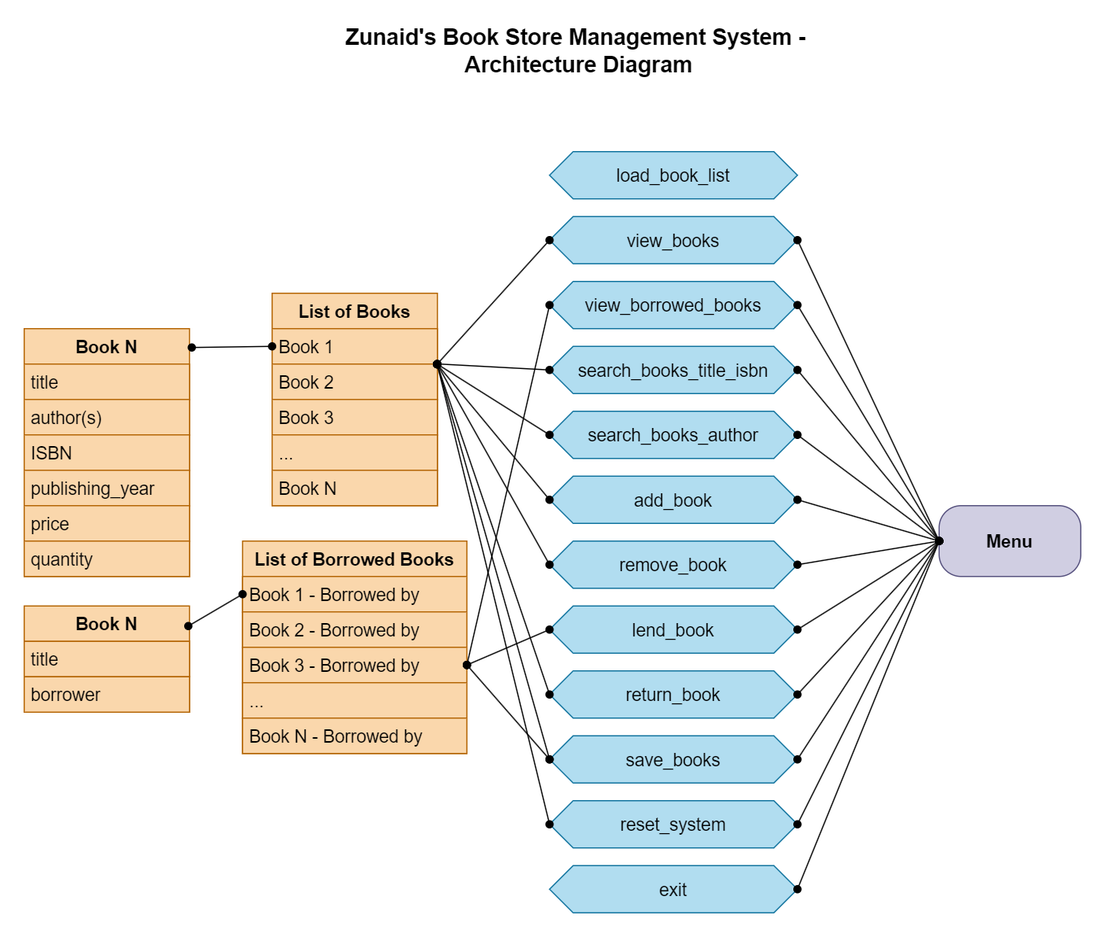
Earlier version of the draw.io export Architecture.png (zunaid-hassan/book-store-management-by-md-zunaid-hassan). Source tidied: cells renumbered, new cells last; positions are measured from the earlier drawing's top-left corner, leaving out a move shared by most shapes.
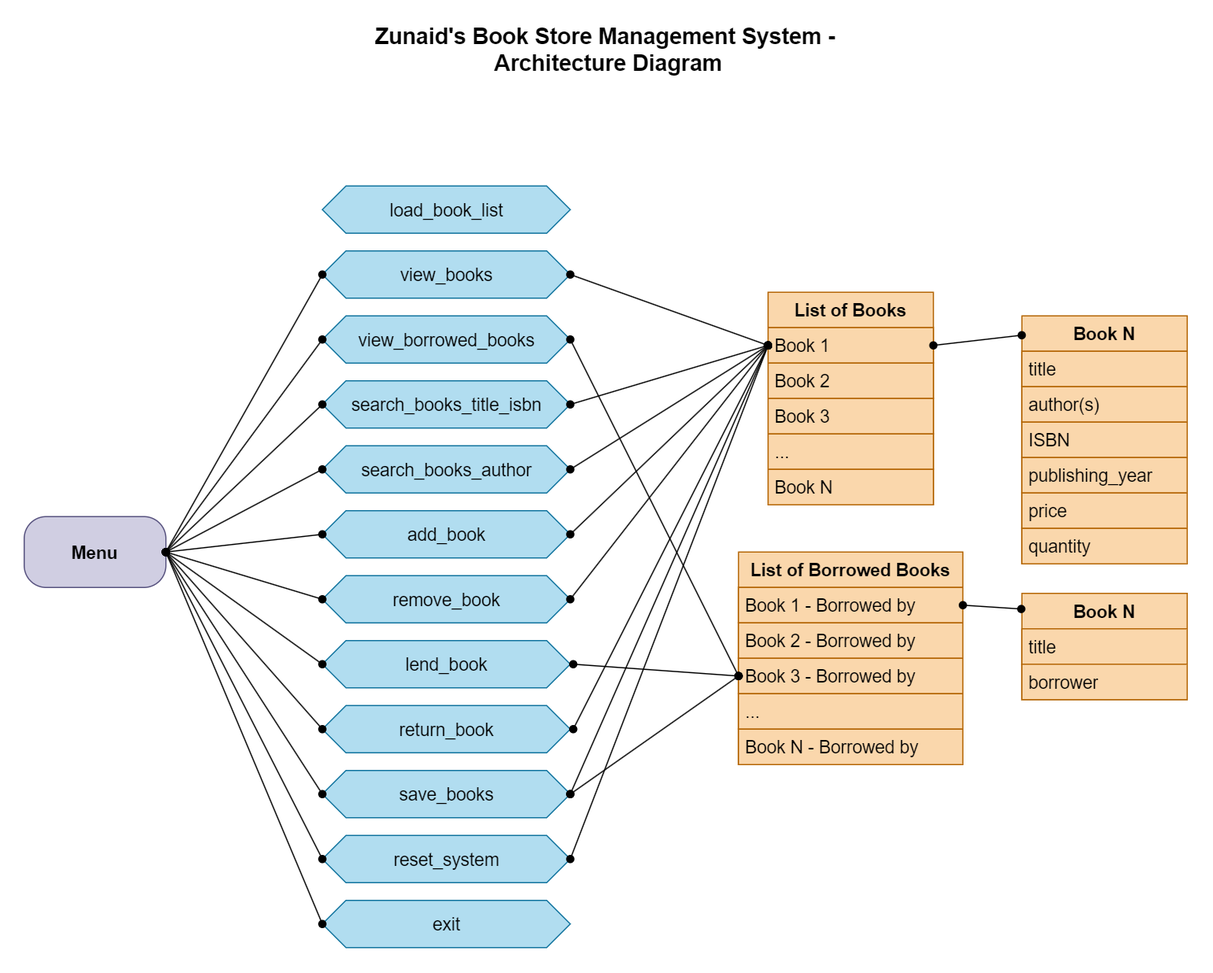
The same diagram one commit later.

The edit, as a diff of the source:
```diff
@@ -3,7 +3,7 @@
     <mxCell id="0" />
     <mxCell id="1" parent="0" />
     <mxCell id="2" value="List of Books" style="swimlane;fontStyle=1;horizontal=1;startSize=30;whiteSpace=wrap;html=1;fontSize=15;fillColor=#fad7ac;strokeColor=#b46504;rounded=0;" parent="1" vertex="1">
-      <mxGeometry x="210" y="220" width="140" height="180" as="geometry" />
+      <mxGeometry x="822.5" y="190" width="140" height="180" as="geometry" />
     </mxCell>
     <mxCell id="3" value="Book 1" style="text;strokeColor=#b46504;fillColor=#fad7ac;align=left;verticalAlign=middle;spacingLeft=4;spacingRight=4;overflow=hidden;points=[[0,0.5],[1,0.5]];portConstraint=eastwest;whiteSpace=wrap;html=1;fontSize=15;rounded=0;" parent="2" vertex="1">
       <mxGeometry y="30" width="140" height="30" as="geometry" />
@@ -21,7 +21,7 @@
       <mxGeometry y="150" width="140" height="30" as="geometry" />
     </mxCell>
     <mxCell id="8" value="Zunaid's Book Store Management System -&amp;nbsp;&lt;div&gt;Architecture Diagram&lt;/div&gt;" style="text;html=1;align=center;verticalAlign=middle;whiteSpace=wrap;rounded=0;fontStyle=1;fontSize=19;" parent="1" vertex="1">
-      <mxGeometry x="250" width="440" height="30" as="geometry" />
+      <mxGeometry x="467.5" y="-30" width="440" height="30" as="geometry" />
     </mxCell>
     <mxCell id="9" value="view_books" style="shape=hexagon;perimeter=hexagonPerimeter2;whiteSpace=wrap;html=1;fixedSize=1;fillColor=#b1ddf0;strokeColor=#10739e;rounded=0;shadow=0;fontSize=15;verticalAlign=middle;" parent="1" vertex="1">
       <mxGeometry x="445" y="155" width="210" height="40" as="geometry" />
@@ -42,7 +42,7 @@
       <mxGeometry x="445" y="485" width="210" height="40" as="geometry" />
     </mxCell>
     <mxCell id="15" value="List of Borrowed Books" style="swimlane;fontStyle=1;horizontal=1;startSize=30;whiteSpace=wrap;html=1;fontSize=15;fillColor=#fad7ac;strokeColor=#b46504;rounded=0;" parent="1" vertex="1">
-      <mxGeometry x="185" y="430" width="190" height="180" as="geometry" />
+      <mxGeometry x="797.5" y="410" width="190" height="180" as="geometry" />
     </mxCell>
     <mxCell id="16" value="Book 1 - Borrowed by&amp;nbsp;" style="text;strokeColor=#b46504;fillColor=#fad7ac;align=left;verticalAlign=middle;spacingLeft=4;spacingRight=4;overflow=hidden;points=[[0,0.5],[1,0.5]];portConstraint=eastwest;whiteSpace=wrap;html=1;fontSize=15;rounded=0;" parent="15" vertex="1">
       <mxGeometry y="30" width="190" height="30" as="geometry" />
@@ -66,7 +66,7 @@
       <mxGeometry x="445" y="650" width="210" height="40" as="geometry" />
     </mxCell>
     <mxCell id="23" value="Menu" style="rounded=1;whiteSpace=wrap;html=1;glass=0;fillColor=#d0cee2;strokeColor=#56517e;arcSize=31;fontSize=15;fontStyle=1;" parent="1" vertex="1">
-      <mxGeometry x="775" y="400" width="120" height="60" as="geometry" />
+      <mxGeometry x="192.5" y="380" width="120" height="60" as="geometry" />
     </mxCell>
     <mxCell id="24" value="view_borrowed_books" style="shape=hexagon;perimeter=hexagonPerimeter2;whiteSpace=wrap;html=1;fixedSize=1;fillColor=#b1ddf0;strokeColor=#10739e;rounded=0;shadow=0;fontSize=15;verticalAlign=middle;" parent="1" vertex="1">
       <mxGeometry x="445" y="210" width="210" height="40" as="geometry" />
@@ -74,65 +74,69 @@
     <mxCell id="25" value="exit" style="shape=hexagon;perimeter=hexagonPerimeter2;whiteSpace=wrap;html=1;fixedSize=1;fillColor=#b1ddf0;strokeColor=#10739e;rounded=0;shadow=0;fontSize=15;verticalAlign=middle;" parent="1" vertex="1">
       <mxGeometry x="445" y="705" width="210" height="40" as="geometry" />
     </mxCell>
-    <mxCell id="26" style="endArrow=oval;html=1;rounded=0;entryX=0;entryY=0.5;entryDx=0;entryDy=0;exitX=1;exitY=0.5;exitDx=0;exitDy=0;startArrow=oval;startFill=1;endFill=1;fontSize=15;" parent="1" edge="1" source="9" target="23">
+    <mxCell id="26" style="endArrow=oval;html=1;rounded=0;entryX=1;entryY=0.5;entryDx=0;entryDy=0;exitX=0;exitY=0.5;exitDx=0;exitDy=0;startArrow=oval;startFill=1;endFill=1;fontSize=15;" parent="1" edge="1" source="9" target="23">
       <mxGeometry relative="1" as="geometry" />
     </mxCell>
-    <mxCell id="27" style="endArrow=oval;html=1;rounded=0;exitX=1;exitY=0.5;exitDx=0;exitDy=0;entryX=0;entryY=0.5;entryDx=0;entryDy=0;startArrow=oval;startFill=1;endFill=1;fontSize=15;" parent="1" edge="1" source="24" target="23">
+    <mxCell id="27" style="endArrow=oval;html=1;rounded=0;exitX=0;exitY=0.5;exitDx=0;exitDy=0;entryX=1;entryY=0.5;entryDx=0;entryDy=0;startArrow=oval;startFill=1;endFill=1;fontSize=15;" parent="1" edge="1" source="24" target="23">
       <mxGeometry relative="1" as="geometry" />
     </mxCell>
-    <mxCell id="28" style="endArrow=oval;html=1;rounded=0;exitX=1;exitY=0.5;exitDx=0;exitDy=0;entryX=0;entryY=0.5;entryDx=0;entryDy=0;startArrow=oval;startFill=1;endFill=1;fontSize=15;" parent="1" edge="1" source="10" target="23">
+    <mxCell id="28" style="endArrow=oval;html=1;rounded=0;exitX=0;exitY=0.5;exitDx=0;exitDy=0;entryX=1;entryY=0.5;entryDx=0;entryDy=0;startArrow=oval;startFill=1;endFill=1;fontSize=15;" parent="1" edge="1" source="10" target="23">
       <mxGeometry relative="1" as="geometry" />
     </mxCell>
-    <mxCell id="29" style="endArrow=oval;html=1;rounded=0;exitX=1;exitY=0.5;exitDx=0;exitDy=0;entryX=0;entryY=0.5;entryDx=0;entryDy=0;startArrow=oval;startFill=1;endFill=1;fontSize=15;" parent="1" edge="1" source="11" target="23">
+    <mxCell id="29" style="endArrow=oval;html=1;rounded=0;exitX=0;exitY=0.5;exitDx=0;exitDy=0;entryX=1;entryY=0.5;entryDx=0;entryDy=0;startArrow=oval;startFill=1;endFill=1;fontSize=15;" parent="1" edge="1" source="11" target="23">
       <mxGeometry relative="1" as="geometry" />
     </mxCell>
-    <mxCell id="30" style="endArrow=oval;html=1;rounded=0;exitX=1;exitY=0.5;exitDx=0;exitDy=0;entryX=0;entryY=0.5;entryDx=0;entryDy=0;startArrow=oval;startFill=1;endFill=1;fontSize=15;" parent="1" edge="1" source="12" target="23">
+    <mxCell id="30" style="endArrow=oval;html=1;rounded=0;exitX=0;exitY=0.5;exitDx=0;exitDy=0;entryX=1;entryY=0.5;entryDx=0;entryDy=0;startArrow=oval;startFill=1;endFill=1;fontSize=15;" parent="1" edge="1" source="12" target="23">
       <mxGeometry relative="1" as="geometry" />
     </mxCell>
-    <mxCell id="31" style="endArrow=oval;html=1;rounded=0;exitX=1;exitY=0.5;exitDx=0;exitDy=0;entryX=0;entryY=0.5;entryDx=0;entryDy=0;startArrow=oval;startFill=1;endFill=1;fontSize=15;" parent="1" edge="1" source="13" target="23">
+    <mxCell id="31" style="endArrow=oval;html=1;rounded=0;exitX=0;exitY=0.5;exitDx=0;exitDy=0;entryX=1;entryY=0.5;entryDx=0;entryDy=0;startArrow=oval;startFill=1;endFill=1;fontSize=15;" parent="1" edge="1" source="13" target="23">
       <mxGeometry relative="1" as="geometry" />
     </mxCell>
-    <mxCell id="32" style="endArrow=oval;html=1;rounded=0;exitX=1;exitY=0.5;exitDx=0;exitDy=0;entryX=0;entryY=0.5;entryDx=0;entryDy=0;startArrow=oval;startFill=1;endFill=1;fontSize=15;" parent="1" edge="1" source="14" target="23">
+    <mxCell id="32" style="endArrow=oval;html=1;rounded=0;exitX=0;exitY=0.5;exitDx=0;exitDy=0;entryX=1;entryY=0.5;entryDx=0;entryDy=0;startArrow=oval;startFill=1;endFill=1;fontSize=15;" parent="1" edge="1" source="14" target="23">
       <mxGeometry relative="1" as="geometry" />
     </mxCell>
-    <mxCell id="33" style="endArrow=oval;html=1;rounded=0;exitX=1;exitY=0.5;exitDx=0;exitDy=0;entryX=0;entryY=0.5;entryDx=0;entryDy=0;startArrow=oval;startFill=1;endFill=1;fontSize=15;" parent="1" edge="1" source="21" target="23">
+    <mxCell id="33" style="endArrow=oval;html=1;rounded=0;exitX=0;exitY=0.5;exitDx=0;exitDy=0;entryX=1;entryY=0.5;entryDx=0;entryDy=0;startArrow=oval;startFill=1;endFill=1;fontSize=15;" parent="1" edge="1" source="21" target="23">
       <mxGeometry relative="1" as="geometry" />
     </mxCell>
-    <mxCell id="34" style="endArrow=oval;html=1;rounded=0;exitX=1;exitY=0.5;exitDx=0;exitDy=0;entryX=0;entryY=0.5;entryDx=0;entryDy=0;startArrow=oval;startFill=1;endFill=1;fontSize=15;" parent="1" edge="1" source="22" target="23">
+    <mxCell id="34" style="endArrow=oval;html=1;rounded=0;exitX=0;exitY=0.5;exitDx=0;exitDy=0;entryX=1;entryY=0.5;entryDx=0;entryDy=0;startArrow=oval;startFill=1;endFill=1;fontSize=15;" parent="1" edge="1" source="22" target="23">
       <mxGeometry relative="1" as="geometry" />
     </mxCell>
-    <mxCell id="35" style="endArrow=oval;html=1;rounded=0;exitX=1;exitY=0.5;exitDx=0;exitDy=0;entryX=0;entryY=0.5;entryDx=0;entryDy=0;startArrow=oval;startFill=1;endFill=1;fontSize=15;" parent="1" edge="1" source="25" target="23">
+    <mxCell id="35" style="endArrow=oval;html=1;rounded=0;exitX=0;exitY=0.5;exitDx=0;exitDy=0;entryX=1;entryY=0.5;entryDx=0;entryDy=0;startArrow=oval;startFill=1;endFill=1;fontSize=15;" parent="1" edge="1" source="25" target="23">
       <mxGeometry relative="1" as="geometry" />
     </mxCell>
-    <mxCell id="36" style="endArrow=oval;html=1;rounded=0;entryX=0.998;entryY=0.006;entryDx=0;entryDy=0;exitX=0;exitY=0.5;exitDx=0;exitDy=0;startArrow=oval;startFill=1;endFill=1;entryPerimeter=0;" parent="1" edge="1" source="9" target="4">
+    <mxCell id="36" style="endArrow=oval;html=1;rounded=0;exitX=1;exitY=0.5;exitDx=0;exitDy=0;startArrow=oval;startFill=1;endFill=1;entryX=0;entryY=0.5;entryDx=0;entryDy=0;" parent="1" edge="1" source="9" target="3">
       <mxGeometry relative="1" as="geometry" />
     </mxCell>
-    <mxCell id="37" style="endArrow=oval;html=1;rounded=0;entryX=1;entryY=0.5;entryDx=0;entryDy=0;exitX=0;exitY=0.5;exitDx=0;exitDy=0;startArrow=oval;startFill=1;endFill=1;" parent="1" edge="1" source="24" target="18">
+    <mxCell id="37" style="endArrow=oval;html=1;rounded=0;entryX=0;entryY=0.5;entryDx=0;entryDy=0;exitX=1;exitY=0.5;exitDx=0;exitDy=0;startArrow=oval;startFill=1;endFill=1;" parent="1" edge="1" source="24" target="18">
       <mxGeometry relative="1" as="geometry" />
     </mxCell>
-    <mxCell id="38" style="endArrow=oval;html=1;rounded=0;exitX=0;exitY=0.5;exitDx=0;exitDy=0;startArrow=oval;startFill=1;endFill=1;entryX=1;entryY=0.5;entryDx=0;entryDy=0;" parent="1" edge="1" source="14" target="18">
-      <mxGeometry relative="1" as="geometry" />
+    <mxCell id="38" style="endArrow=oval;html=1;rounded=0;startArrow=oval;startFill=1;endFill=1;entryX=0;entryY=0.5;entryDx=0;entryDy=0;" parent="1" edge="1" target="18">
+      <mxGeometry relative="1" as="geometry">
+        <mxPoint x="657.5" y="505" as="sourcePoint" />
+      </mxGeometry>
     </mxCell>
-    <mxCell id="39" style="endArrow=oval;html=1;rounded=0;entryX=0.999;entryY=0.006;entryDx=0;entryDy=0;exitX=0;exitY=0.5;exitDx=0;exitDy=0;startArrow=oval;startFill=1;endFill=1;entryPerimeter=0;" parent="1" edge="1" source="22" target="4">
+    <mxCell id="39" style="endArrow=oval;html=1;rounded=0;exitX=1;exitY=0.5;exitDx=0;exitDy=0;startArrow=oval;startFill=1;endFill=1;entryX=0;entryY=0.5;entryDx=0;entryDy=0;" parent="1" edge="1" source="22" target="3">
       <mxGeometry relative="1" as="geometry" />
     </mxCell>
-    <mxCell id="40" style="endArrow=oval;html=1;rounded=0;exitX=0;exitY=0.5;exitDx=0;exitDy=0;startArrow=oval;startFill=1;endFill=1;entryX=0.998;entryY=0.006;entryDx=0;entryDy=0;entryPerimeter=0;" parent="1" edge="1" source="21" target="4">
-      <mxGeometry relative="1" as="geometry" />
+    <mxCell id="40" style="endArrow=oval;html=1;rounded=0;startArrow=oval;startFill=1;endFill=1;entryX=0;entryY=0.5;entryDx=0;entryDy=0;" parent="1" edge="1" target="3">
+      <mxGeometry relative="1" as="geometry">
+        <mxPoint x="657.5" y="560" as="sourcePoint" />
+      </mxGeometry>
     </mxCell>
-    <mxCell id="41" style="endArrow=oval;html=1;rounded=0;entryX=0.998;entryY=0.001;entryDx=0;entryDy=0;exitX=0;exitY=0.5;exitDx=0;exitDy=0;startArrow=oval;startFill=1;endFill=1;entryPerimeter=0;" parent="1" edge="1" source="10" target="4">
+    <mxCell id="41" style="endArrow=oval;html=1;rounded=0;exitX=1;exitY=0.5;exitDx=0;exitDy=0;startArrow=oval;startFill=1;endFill=1;entryX=0;entryY=0.5;entryDx=0;entryDy=0;" parent="1" edge="1" source="10" target="3">
       <mxGeometry relative="1" as="geometry" />
     </mxCell>
-    <mxCell id="42" style="endArrow=oval;html=1;rounded=0;entryX=0.999;entryY=-0.004;entryDx=0;entryDy=0;exitX=0;exitY=0.5;exitDx=0;exitDy=0;startArrow=oval;startFill=1;endFill=1;entryPerimeter=0;" parent="1" edge="1" source="11" target="4">
+    <mxCell id="42" style="endArrow=oval;html=1;rounded=0;exitX=1;exitY=0.5;exitDx=0;exitDy=0;startArrow=oval;startFill=1;endFill=1;entryX=0;entryY=0.5;entryDx=0;entryDy=0;" parent="1" edge="1" source="11" target="3">
       <mxGeometry relative="1" as="geometry" />
     </mxCell>
-    <mxCell id="43" style="endArrow=oval;html=1;rounded=0;entryX=0.999;entryY=0.001;entryDx=0;entryDy=0;exitX=0;exitY=0.5;exitDx=0;exitDy=0;startArrow=oval;startFill=1;endFill=1;entryPerimeter=0;" parent="1" edge="1" source="12" target="4">
+    <mxCell id="43" style="endArrow=oval;html=1;rounded=0;exitX=1;exitY=0.5;exitDx=0;exitDy=0;startArrow=oval;startFill=1;endFill=1;entryX=0;entryY=0.5;entryDx=0;entryDy=0;" parent="1" edge="1" source="12" target="3">
       <mxGeometry relative="1" as="geometry" />
     </mxCell>
-    <mxCell id="44" style="endArrow=oval;html=1;rounded=0;exitX=0;exitY=0.5;exitDx=0;exitDy=0;startArrow=oval;startFill=1;endFill=1;entryX=0.999;entryY=0.006;entryDx=0;entryDy=0;entryPerimeter=0;" parent="1" edge="1" source="13" target="4">
+    <mxCell id="44" style="endArrow=oval;html=1;rounded=0;exitX=1;exitY=0.5;exitDx=0;exitDy=0;startArrow=oval;startFill=1;endFill=1;entryX=0;entryY=0.5;entryDx=0;entryDy=0;" parent="1" edge="1" source="13" target="3">
       <mxGeometry relative="1" as="geometry" />
     </mxCell>
     <mxCell id="45" value="Book N" style="swimlane;fontStyle=1;horizontal=1;startSize=30;whiteSpace=wrap;html=1;fontSize=15;fillColor=#fad7ac;strokeColor=#b46504;rounded=0;" parent="1" vertex="1">
-      <mxGeometry y="250" width="140" height="210" as="geometry" />
+      <mxGeometry x="1037.5" y="210" width="140" height="210" as="geometry" />
     </mxCell>
     <mxCell id="46" value="title" style="text;strokeColor=#b46504;fillColor=#fad7ac;align=left;verticalAlign=middle;spacingLeft=4;spacingRight=4;overflow=hidden;whiteSpace=wrap;html=1;fontSize=15;rounded=0;" parent="45" vertex="1">
       <mxGeometry y="30" width="140" height="30" as="geometry" />
@@ -152,11 +156,11 @@
     <mxCell id="51" value="quantity" style="text;strokeColor=#b46504;fillColor=#fad7ac;align=left;verticalAlign=middle;spacingLeft=4;spacingRight=4;overflow=hidden;whiteSpace=wrap;html=1;fontSize=15;rounded=0;" parent="45" vertex="1">
       <mxGeometry y="180" width="140" height="30" as="geometry" />
     </mxCell>
-    <mxCell id="52" style="endArrow=oval;html=1;rounded=0;entryX=1.014;entryY=0.076;entryDx=0;entryDy=0;exitX=0;exitY=0.5;exitDx=0;exitDy=0;startArrow=oval;startFill=1;endFill=1;entryPerimeter=0;" parent="1" edge="1" source="3" target="45">
+    <mxCell id="52" style="endArrow=oval;html=1;rounded=0;entryX=-0.001;entryY=0.078;entryDx=0;entryDy=0;exitX=1;exitY=0.5;exitDx=0;exitDy=0;startArrow=oval;startFill=1;endFill=1;entryPerimeter=0;" parent="1" edge="1" source="3" target="45">
       <mxGeometry relative="1" as="geometry" />
     </mxCell>
     <mxCell id="53" value="Book N" style="swimlane;fontStyle=1;horizontal=1;startSize=30;whiteSpace=wrap;html=1;fontSize=15;fillColor=#fad7ac;strokeColor=#b46504;rounded=0;" parent="1" vertex="1">
-      <mxGeometry y="485" width="140" height="90" as="geometry" />
+      <mxGeometry x="1037.5" y="445" width="140" height="90" as="geometry" />
     </mxCell>
     <mxCell id="54" value="title" style="text;strokeColor=#b46504;fillColor=#fad7ac;align=left;verticalAlign=middle;spacingLeft=4;spacingRight=4;overflow=hidden;whiteSpace=wrap;html=1;fontSize=15;rounded=0;" parent="53" vertex="1">
       <mxGeometry y="30" width="140" height="30" as="geometry" />
@@ -164,7 +168,7 @@
     <mxCell id="55" value="borrower" style="text;strokeColor=#b46504;fillColor=#fad7ac;align=left;verticalAlign=middle;spacingLeft=4;spacingRight=4;overflow=hidden;whiteSpace=wrap;html=1;fontSize=15;rounded=0;" parent="53" vertex="1">
       <mxGeometry y="60" width="140" height="30" as="geometry" />
     </mxCell>
-    <mxCell id="56" style="endArrow=oval;html=1;rounded=0;entryX=0.993;entryY=0.189;entryDx=0;entryDy=0;exitX=0;exitY=0.5;exitDx=0;exitDy=0;startArrow=oval;startFill=1;endFill=1;entryPerimeter=0;" parent="1" edge="1" source="16" target="53">
+    <mxCell id="56" style="endArrow=oval;html=1;rounded=0;entryX=-0.004;entryY=0.147;entryDx=0;entryDy=0;exitX=1;exitY=0.25;exitDx=0;exitDy=0;startArrow=oval;startFill=1;endFill=1;entryPerimeter=0;" parent="1" edge="1" source="15" target="53">
       <mxGeometry relative="1" as="geometry" />
     </mxCell>
     <mxCell id="57" value="load_book_list" style="shape=hexagon;perimeter=hexagonPerimeter2;whiteSpace=wrap;html=1;fixedSize=1;fillColor=#b1ddf0;strokeColor=#10739e;rounded=0;shadow=0;fontSize=15;verticalAlign=middle;" parent="1" vertex="1">
@@ -173,13 +177,13 @@
     <mxCell id="58" value="save_books" style="shape=hexagon;perimeter=hexagonPerimeter2;whiteSpace=wrap;html=1;fixedSize=1;fillColor=#b1ddf0;strokeColor=#10739e;rounded=0;shadow=0;fontSize=15;verticalAlign=middle;" parent="1" vertex="1">
       <mxGeometry x="445" y="595" width="210" height="40" as="geometry" />
     </mxCell>
-    <mxCell id="59" style="endArrow=oval;html=1;rounded=0;exitX=1;exitY=0.5;exitDx=0;exitDy=0;entryX=0;entryY=0.5;entryDx=0;entryDy=0;startArrow=oval;startFill=1;endFill=1;fontSize=15;" parent="1" edge="1" source="58" target="23">
+    <mxCell id="59" style="endArrow=oval;html=1;rounded=0;exitX=0;exitY=0.5;exitDx=0;exitDy=0;entryX=1;entryY=0.5;entryDx=0;entryDy=0;startArrow=oval;startFill=1;endFill=1;fontSize=15;" parent="1" edge="1" source="58" target="23">
       <mxGeometry relative="1" as="geometry" />
     </mxCell>
-    <mxCell id="60" style="endArrow=oval;html=1;rounded=0;entryX=0.999;entryY=0.006;entryDx=0;entryDy=0;exitX=0;exitY=0.5;exitDx=0;exitDy=0;startArrow=oval;startFill=1;endFill=1;entryPerimeter=0;" parent="1" edge="1" source="58" target="4">
+    <mxCell id="60" style="endArrow=oval;html=1;rounded=0;exitX=1;exitY=0.5;exitDx=0;exitDy=0;startArrow=oval;startFill=1;endFill=1;entryX=0;entryY=0.5;entryDx=0;entryDy=0;" parent="1" edge="1" source="58" target="3">
       <mxGeometry relative="1" as="geometry" />
     </mxCell>
-    <mxCell id="61" style="endArrow=oval;html=1;rounded=0;exitX=0;exitY=0.5;exitDx=0;exitDy=0;startArrow=oval;startFill=1;endFill=1;entryX=1;entryY=0.5;entryDx=0;entryDy=0;" parent="1" edge="1" source="58" target="18">
+    <mxCell id="61" style="endArrow=oval;html=1;rounded=0;exitX=1;exitY=0.5;exitDx=0;exitDy=0;startArrow=oval;startFill=1;endFill=1;entryX=0;entryY=0.5;entryDx=0;entryDy=0;" parent="1" edge="1" source="58" target="18">
       <mxGeometry relative="1" as="geometry" />
     </mxCell>
   </root>
```
